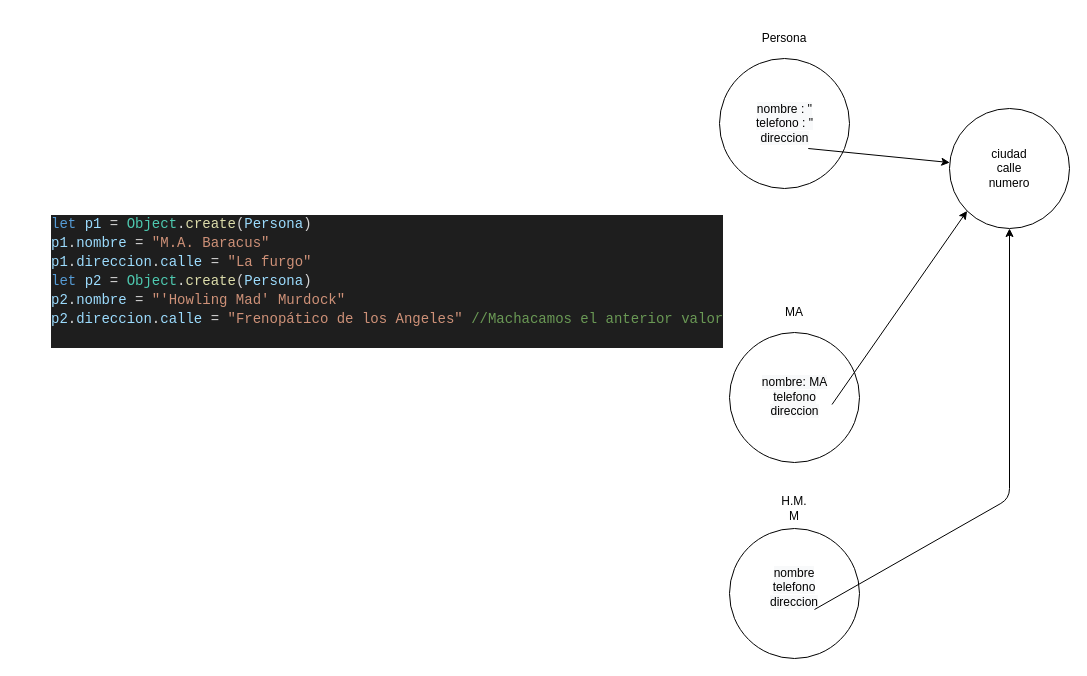
Above: page "Página-34" (34 of 34) of Dibujillos.drawio in lrag/MEAN_2021 (draw.io), before the change. Source tidied: cells renumbered, new cells numbered last; positions are measured from the earlier drawing's top-left corner, leaving out a move shared by most shapes. Both pictures are drawn from the tidied source at 100%, with x=0, y=0 at pixel (49, 28).
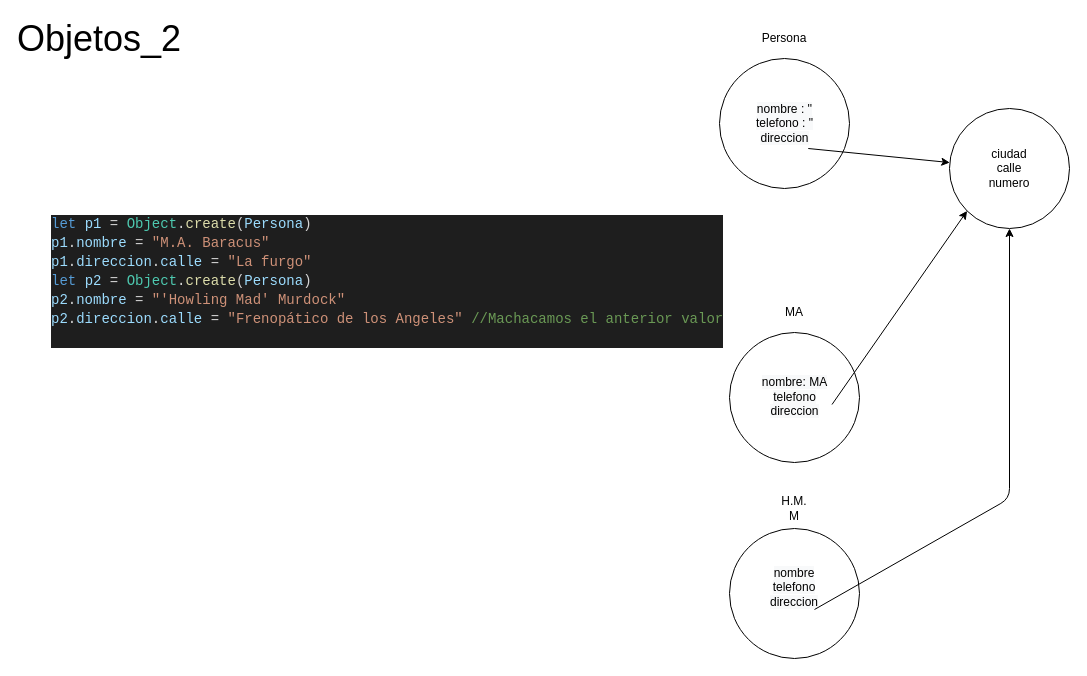
Above is the later version.

Diff of the diagram source:
```diff
@@
 <mxGraphModel>
   <root>
     <mxCell id="0" />
     <mxCell id="1" parent="0" />
     <mxCell id="2" style="ellipse;whiteSpace=wrap;html=1;fillColor=none;fontColor=#000000;" parent="1" vertex="1">
       <mxGeometry x="670" y="30" width="130" height="130" as="geometry" />
     </mxCell>
     <mxCell id="3" value="ciudad&lt;br&gt;calle&lt;br&gt;numero" style="ellipse;whiteSpace=wrap;html=1;fillColor=none;fontColor=#000000;" parent="1" vertex="1">
       <mxGeometry x="900" y="80" width="120" height="120" as="geometry" />
     </mxCell>
     <mxCell id="4" style="endArrow=classic;html=1;fontColor=#000000;exitX=0.75;exitY=1;exitDx=0;exitDy=0;" parent="1" edge="1" source="5" target="3">
       <mxGeometry relative="1" as="geometry" />
     </mxCell>
     <mxCell id="5" value="&lt;span style=&quot;color: rgb(0 , 0 , 0) ; font-family: &amp;#34;helvetica&amp;#34; ; font-size: 12px ; font-style: normal ; font-weight: 400 ; letter-spacing: normal ; text-align: center ; text-indent: 0px ; text-transform: none ; word-spacing: 0px ; background-color: rgb(248 , 249 , 250) ; display: inline ; float: none&quot;&gt;nombre : ''&lt;/span&gt;&lt;br style=&quot;color: rgb(0 , 0 , 0) ; font-family: &amp;#34;helvetica&amp;#34; ; font-size: 12px ; font-style: normal ; font-weight: 400 ; letter-spacing: normal ; text-align: center ; text-indent: 0px ; text-transform: none ; word-spacing: 0px ; background-color: rgb(248 , 249 , 250)&quot;&gt;&lt;span style=&quot;color: rgb(0 , 0 , 0) ; font-family: &amp;#34;helvetica&amp;#34; ; font-size: 12px ; font-style: normal ; font-weight: 400 ; letter-spacing: normal ; text-align: center ; text-indent: 0px ; text-transform: none ; word-spacing: 0px ; background-color: rgb(248 , 249 , 250) ; display: inline ; float: none&quot;&gt;telefono : &quot;&lt;/span&gt;&lt;br style=&quot;color: rgb(0 , 0 , 0) ; font-family: &amp;#34;helvetica&amp;#34; ; font-size: 12px ; font-style: normal ; font-weight: 400 ; letter-spacing: normal ; text-align: center ; text-indent: 0px ; text-transform: none ; word-spacing: 0px ; background-color: rgb(248 , 249 , 250)&quot;&gt;&lt;span style=&quot;color: rgb(0 , 0 , 0) ; font-family: &amp;#34;helvetica&amp;#34; ; font-size: 12px ; font-style: normal ; font-weight: 400 ; letter-spacing: normal ; text-align: center ; text-indent: 0px ; text-transform: none ; word-spacing: 0px ; background-color: rgb(248 , 249 , 250) ; display: inline ; float: none&quot;&gt;direccion&lt;/span&gt;" style="text;html=1;strokeColor=none;fillColor=none;align=center;verticalAlign=middle;whiteSpace=wrap;rounded=0;fontColor=#000000;" parent="1" vertex="1">
       <mxGeometry x="687.5" y="70" width="95" height="50" as="geometry" />
     </mxCell>
     <mxCell id="6" value="Persona" style="text;html=1;strokeColor=none;fillColor=none;align=center;verticalAlign=middle;whiteSpace=wrap;rounded=0;fontColor=#000000;" parent="1" vertex="1">
       <mxGeometry x="715" width="40" height="20" as="geometry" />
     </mxCell>
     <mxCell id="7" value="&lt;div style=&quot;color: rgb(212, 212, 212); background-color: rgb(30, 30, 30); font-family: consolas, &amp;quot;courier new&amp;quot;, monospace; font-weight: normal; font-size: 14px; line-height: 19px;&quot;&gt;&lt;div&gt;&lt;span style=&quot;color: #569cd6&quot;&gt;let&lt;/span&gt;&lt;span style=&quot;color: #d4d4d4&quot;&gt;&amp;nbsp;&lt;/span&gt;&lt;span style=&quot;color: #9cdcfe&quot;&gt;p1&lt;/span&gt;&lt;span style=&quot;color: #d4d4d4&quot;&gt;&amp;nbsp;=&amp;nbsp;&lt;/span&gt;&lt;span style=&quot;color: #4ec9b0&quot;&gt;Object&lt;/span&gt;&lt;span style=&quot;color: #d4d4d4&quot;&gt;.&lt;/span&gt;&lt;span style=&quot;color: #dcdcaa&quot;&gt;create&lt;/span&gt;&lt;span style=&quot;color: #d4d4d4&quot;&gt;(&lt;/span&gt;&lt;span style=&quot;color: #9cdcfe&quot;&gt;Persona&lt;/span&gt;&lt;span style=&quot;color: #d4d4d4&quot;&gt;)&lt;/span&gt;&lt;/div&gt;&lt;div&gt;&lt;span style=&quot;color: #9cdcfe&quot;&gt;p1&lt;/span&gt;&lt;span style=&quot;color: #d4d4d4&quot;&gt;.&lt;/span&gt;&lt;span style=&quot;color: #9cdcfe&quot;&gt;nombre&lt;/span&gt;&lt;span style=&quot;color: #d4d4d4&quot;&gt;&amp;nbsp;=&amp;nbsp;&lt;/span&gt;&lt;span style=&quot;color: #ce9178&quot;&gt;&quot;M.A.&amp;nbsp;Baracus&quot;&lt;/span&gt;&lt;/div&gt;&lt;div&gt;&lt;span style=&quot;color: #9cdcfe&quot;&gt;p1&lt;/span&gt;&lt;span style=&quot;color: #d4d4d4&quot;&gt;.&lt;/span&gt;&lt;span style=&quot;color: #9cdcfe&quot;&gt;direccion&lt;/span&gt;&lt;span style=&quot;color: #d4d4d4&quot;&gt;.&lt;/span&gt;&lt;span style=&quot;color: #9cdcfe&quot;&gt;calle&lt;/span&gt;&lt;span style=&quot;color: #d4d4d4&quot;&gt;&amp;nbsp;=&amp;nbsp;&lt;/span&gt;&lt;span style=&quot;color: #ce9178&quot;&gt;&quot;La&amp;nbsp;furgo&quot;&lt;/span&gt;&lt;/div&gt;&lt;div&gt;&lt;span style=&quot;color: #569cd6&quot;&gt;let&lt;/span&gt;&lt;span style=&quot;color: #d4d4d4&quot;&gt;&amp;nbsp;&lt;/span&gt;&lt;span style=&quot;color: #9cdcfe&quot;&gt;p2&lt;/span&gt;&lt;span style=&quot;color: #d4d4d4&quot;&gt;&amp;nbsp;=&amp;nbsp;&lt;/span&gt;&lt;span style=&quot;color: #4ec9b0&quot;&gt;Object&lt;/span&gt;&lt;span style=&quot;color: #d4d4d4&quot;&gt;.&lt;/span&gt;&lt;span style=&quot;color: #dcdcaa&quot;&gt;create&lt;/span&gt;&lt;span style=&quot;color: #d4d4d4&quot;&gt;(&lt;/span&gt;&lt;span style=&quot;color: #9cdcfe&quot;&gt;Persona&lt;/span&gt;&lt;span style=&quot;color: #d4d4d4&quot;&gt;)&lt;/span&gt;&lt;/div&gt;&lt;div&gt;&lt;span style=&quot;color: #9cdcfe&quot;&gt;p2&lt;/span&gt;&lt;span style=&quot;color: #d4d4d4&quot;&gt;.&lt;/span&gt;&lt;span style=&quot;color: #9cdcfe&quot;&gt;nombre&lt;/span&gt;&lt;span style=&quot;color: #d4d4d4&quot;&gt;&amp;nbsp;=&amp;nbsp;&lt;/span&gt;&lt;span style=&quot;color: #ce9178&quot;&gt;&quot;'Howling&amp;nbsp;Mad'&amp;nbsp;Murdock&quot;&lt;/span&gt;&lt;/div&gt;&lt;div&gt;&lt;span style=&quot;color: #9cdcfe&quot;&gt;p2&lt;/span&gt;&lt;span style=&quot;color: #d4d4d4&quot;&gt;.&lt;/span&gt;&lt;span style=&quot;color: #9cdcfe&quot;&gt;direccion&lt;/span&gt;&lt;span style=&quot;color: #d4d4d4&quot;&gt;.&lt;/span&gt;&lt;span style=&quot;color: #9cdcfe&quot;&gt;calle&lt;/span&gt;&lt;span style=&quot;color: #d4d4d4&quot;&gt;&amp;nbsp;=&amp;nbsp;&lt;/span&gt;&lt;span style=&quot;color: #ce9178&quot;&gt;&quot;Frenopático&amp;nbsp;de&amp;nbsp;los&amp;nbsp;Angeles&quot;&lt;/span&gt;&lt;span style=&quot;color: #d4d4d4&quot;&gt;&amp;nbsp;&lt;/span&gt;&lt;span style=&quot;color: #6a9955&quot;&gt;//Machacamos&amp;nbsp;el&amp;nbsp;anterior&amp;nbsp;valor&lt;/span&gt;&lt;/div&gt;&lt;br&gt;&lt;/div&gt;" style="text;whiteSpace=wrap;html=1;fontColor=#000000;" parent="1" vertex="1">
       <mxGeometry y="180" width="550" height="140" as="geometry" />
     </mxCell>
     <mxCell id="8" style="ellipse;whiteSpace=wrap;html=1;fillColor=none;fontColor=#000000;" parent="1" vertex="1">
       <mxGeometry x="680" y="304" width="130" height="130" as="geometry" />
     </mxCell>
     <mxCell id="9" value="&lt;br&gt;&lt;br&gt;&lt;span style=&quot;color: rgb(0 , 0 , 0) ; font-family: &amp;#34;helvetica&amp;#34; ; font-size: 12px ; font-style: normal ; font-weight: 400 ; letter-spacing: normal ; text-align: center ; text-indent: 0px ; text-transform: none ; word-spacing: 0px ; background-color: rgb(248 , 249 , 250) ; display: inline ; float: none&quot;&gt;nombre: MA&lt;/span&gt;&lt;br style=&quot;color: rgb(0 , 0 , 0) ; font-family: &amp;#34;helvetica&amp;#34; ; font-size: 12px ; font-style: normal ; font-weight: 400 ; letter-spacing: normal ; text-align: center ; text-indent: 0px ; text-transform: none ; word-spacing: 0px ; background-color: rgb(248 , 249 , 250)&quot;&gt;&lt;span style=&quot;color: rgb(0 , 0 , 0) ; font-family: &amp;#34;helvetica&amp;#34; ; font-size: 12px ; font-style: normal ; font-weight: 400 ; letter-spacing: normal ; text-align: center ; text-indent: 0px ; text-transform: none ; word-spacing: 0px ; background-color: rgb(248 , 249 , 250) ; display: inline ; float: none&quot;&gt;telefono&lt;/span&gt;&lt;br style=&quot;color: rgb(0 , 0 , 0) ; font-family: &amp;#34;helvetica&amp;#34; ; font-size: 12px ; font-style: normal ; font-weight: 400 ; letter-spacing: normal ; text-align: center ; text-indent: 0px ; text-transform: none ; word-spacing: 0px ; background-color: rgb(248 , 249 , 250)&quot;&gt;&lt;span style=&quot;color: rgb(0 , 0 , 0) ; font-family: &amp;#34;helvetica&amp;#34; ; font-size: 12px ; font-style: normal ; font-weight: 400 ; letter-spacing: normal ; text-align: center ; text-indent: 0px ; text-transform: none ; word-spacing: 0px ; background-color: rgb(248 , 249 , 250) ; display: inline ; float: none&quot;&gt;direccion&lt;/span&gt;&lt;br&gt;" style="text;html=1;strokeColor=none;fillColor=none;align=center;verticalAlign=middle;whiteSpace=wrap;rounded=0;fontColor=#000000;" parent="1" vertex="1">
       <mxGeometry x="707.5" y="331" width="75" height="45" as="geometry" />
     </mxCell>
     <mxCell id="10" value="MA" style="text;html=1;strokeColor=none;fillColor=none;align=center;verticalAlign=middle;whiteSpace=wrap;rounded=0;fontColor=#000000;" parent="1" vertex="1">
       <mxGeometry x="725" y="274" width="40" height="20" as="geometry" />
     </mxCell>
     <mxCell id="11" style="endArrow=classic;html=1;fontColor=#000000;entryX=0;entryY=1;entryDx=0;entryDy=0;exitX=1;exitY=1;exitDx=0;exitDy=0;" parent="1" edge="1" source="9" target="3">
       <mxGeometry relative="1" as="geometry" />
     </mxCell>
     <mxCell id="12" style="ellipse;whiteSpace=wrap;html=1;fillColor=none;fontColor=#000000;" parent="1" vertex="1">
       <mxGeometry x="680" y="500" width="130" height="130" as="geometry" />
     </mxCell>
     <mxCell id="13" value="&#10;&#10;&lt;span style=&quot;color: rgb(0, 0, 0); font-family: helvetica; font-size: 12px; font-style: normal; font-weight: 400; letter-spacing: normal; text-align: center; text-indent: 0px; text-transform: none; word-spacing: 0px; background-color: rgb(248, 249, 250); display: inline; float: none;&quot;&gt;nombre&lt;/span&gt;&lt;br style=&quot;color: rgb(0, 0, 0); font-family: helvetica; font-size: 12px; font-style: normal; font-weight: 400; letter-spacing: normal; text-align: center; text-indent: 0px; text-transform: none; word-spacing: 0px; background-color: rgb(248, 249, 250);&quot;&gt;&lt;span style=&quot;color: rgb(0, 0, 0); font-family: helvetica; font-size: 12px; font-style: normal; font-weight: 400; letter-spacing: normal; text-align: center; text-indent: 0px; text-transform: none; word-spacing: 0px; background-color: rgb(248, 249, 250); display: inline; float: none;&quot;&gt;telefono&lt;/span&gt;&lt;br style=&quot;color: rgb(0, 0, 0); font-family: helvetica; font-size: 12px; font-style: normal; font-weight: 400; letter-spacing: normal; text-align: center; text-indent: 0px; text-transform: none; word-spacing: 0px; background-color: rgb(248, 249, 250);&quot;&gt;&lt;span style=&quot;color: rgb(0, 0, 0); font-family: helvetica; font-size: 12px; font-style: normal; font-weight: 400; letter-spacing: normal; text-align: center; text-indent: 0px; text-transform: none; word-spacing: 0px; background-color: rgb(248, 249, 250); display: inline; float: none;&quot;&gt;direccion&lt;/span&gt;&#10;&#10;" style="text;html=1;strokeColor=none;fillColor=none;align=center;verticalAlign=middle;whiteSpace=wrap;rounded=0;fontColor=#000000;" parent="1" vertex="1">
       <mxGeometry x="725" y="536" width="40" height="45" as="geometry" />
     </mxCell>
     <mxCell id="14" value="H.M. M" style="text;html=1;strokeColor=none;fillColor=none;align=center;verticalAlign=middle;whiteSpace=wrap;rounded=0;fontColor=#000000;" parent="1" vertex="1">
       <mxGeometry x="725" y="470" width="40" height="20" as="geometry" />
     </mxCell>
     <mxCell id="15" style="endArrow=classic;html=1;fontColor=#000000;exitX=1;exitY=1;exitDx=0;exitDy=0;entryX=0.5;entryY=1;entryDx=0;entryDy=0;" parent="1" edge="1" source="13" target="3">
       <mxGeometry relative="1" as="geometry">
         <Array as="points">
           <mxPoint x="960" y="470" />
         </Array>
       </mxGeometry>
     </mxCell>
+    <mxCell id="16" value="&lt;font style=&quot;font-size: 36px&quot;&gt;Objetos_2&lt;/font&gt;" style="text;html=1;strokeColor=none;fillColor=none;align=center;verticalAlign=middle;whiteSpace=wrap;rounded=0;" parent="1" vertex="1">
+      <mxGeometry x="30" width="40" height="20" as="geometry" />
+    </mxCell>
   </root>
 </mxGraphModel>
```
